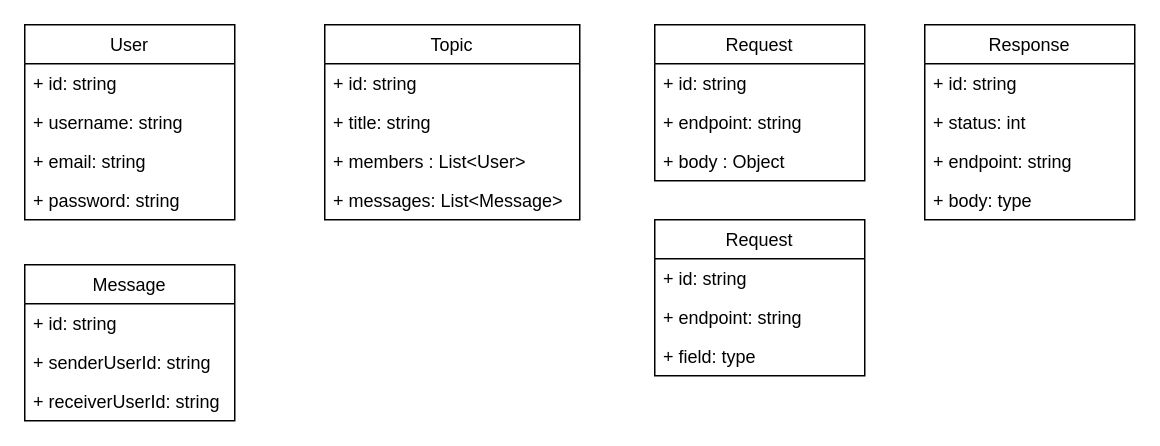
The draw.io diagram page "Models" (2 of 6) of assets/chat-app-class-diagram.drawio in DonThomz/M1-project-chat-app, before the edit. Source tidied: cells renumbered, new cells numbered last; positions are measured from the earlier drawing's top-left corner, leaving out a move shared by most shapes. Both pictures are drawn from the tidied source at 150%, with x=0, y=0 at pixel (24, 24).
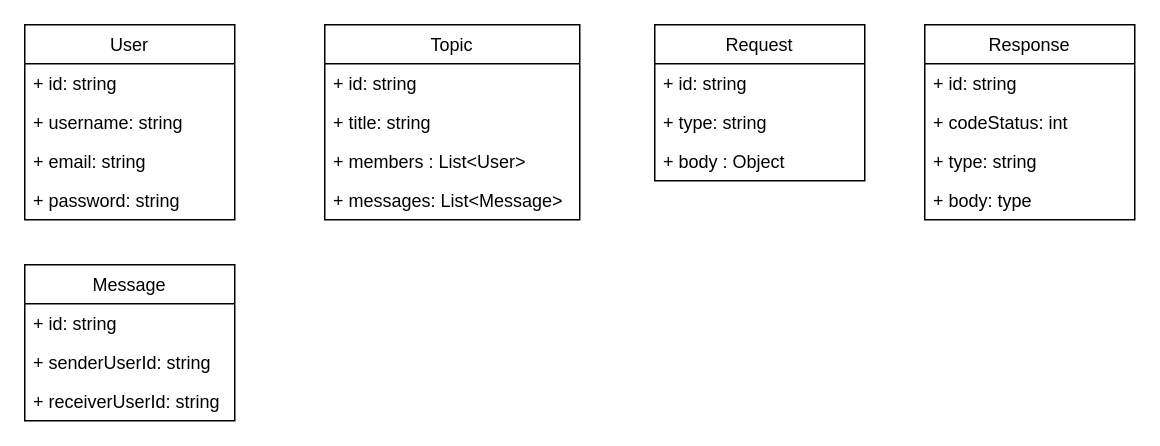
Above is the later version.

Unchanged cells that the change refers to:
```xml
<mxCell id="16" value="Request" style="swimlane;fontStyle=0;horizontal=1;startSize=26;fillColor=none;" parent="1" vertex="1">
  <mxGeometry x="420" width="140" height="104" as="geometry" />
</mxCell>
<mxCell id="24" value="Response" style="swimlane;fontStyle=0;horizontal=1;startSize=26;fillColor=none;" parent="1" vertex="1">
  <mxGeometry x="600" width="140" height="130" as="geometry" />
</mxCell>
```

What changed in the source:
```diff
@@
-    <mxCell id="18" value="+ endpoint: string" style="text;strokeColor=none;fillColor=none;align=left;verticalAlign=top;spacingLeft=4;spacingRight=4;overflow=hidden;" parent="16" vertex="1">
+    <mxCell id="18" value="+ type: string" style="text;strokeColor=none;fillColor=none;align=left;verticalAlign=top;spacingLeft=4;spacingRight=4;overflow=hidden;" parent="16" vertex="1">
       <mxGeometry y="52" width="140" height="26" as="geometry" />
     </mxCell>
@@
-    <mxCell id="20" value="Request" style="swimlane;fontStyle=0;horizontal=1;startSize=26;fillColor=none;" parent="1" vertex="1">
-      <mxGeometry x="420" y="130" width="140" height="104" as="geometry" />
-    </mxCell>
-    <mxCell id="21" value="+ id: string" style="text;strokeColor=none;fillColor=none;align=left;verticalAlign=top;spacingLeft=4;spacingRight=4;overflow=hidden;" parent="20" vertex="1">
-      <mxGeometry y="26" width="140" height="26" as="geometry" />
-    </mxCell>
-    <mxCell id="22" value="+ endpoint: string" style="text;strokeColor=none;fillColor=none;align=left;verticalAlign=top;spacingLeft=4;spacingRight=4;overflow=hidden;" parent="20" vertex="1">
-      <mxGeometry y="52" width="140" height="26" as="geometry" />
-    </mxCell>
-    <mxCell id="23" value="+ field: type" style="text;strokeColor=none;fillColor=none;align=left;verticalAlign=top;spacingLeft=4;spacingRight=4;overflow=hidden;" parent="20" vertex="1">
-      <mxGeometry y="78" width="140" height="26" as="geometry" />
-    </mxCell>
@@
-    <mxCell id="26" value="+ status: int" style="text;strokeColor=none;fillColor=none;align=left;verticalAlign=top;spacingLeft=4;spacingRight=4;overflow=hidden;" parent="24" vertex="1">
+    <mxCell id="26" value="+ codeStatus: int" style="text;strokeColor=none;fillColor=none;align=left;verticalAlign=top;spacingLeft=4;spacingRight=4;overflow=hidden;" parent="24" vertex="1">
       <mxGeometry y="52" width="140" height="26" as="geometry" />
     </mxCell>
-    <mxCell id="27" value="+ endpoint: string" style="text;strokeColor=none;fillColor=none;align=left;verticalAlign=top;spacingLeft=4;spacingRight=4;overflow=hidden;" parent="24" vertex="1">
+    <mxCell id="27" value="+ type: string" style="text;strokeColor=none;fillColor=none;align=left;verticalAlign=top;spacingLeft=4;spacingRight=4;overflow=hidden;" parent="24" vertex="1">
       <mxGeometry y="78" width="140" height="26" as="geometry" />
     </mxCell>
```
